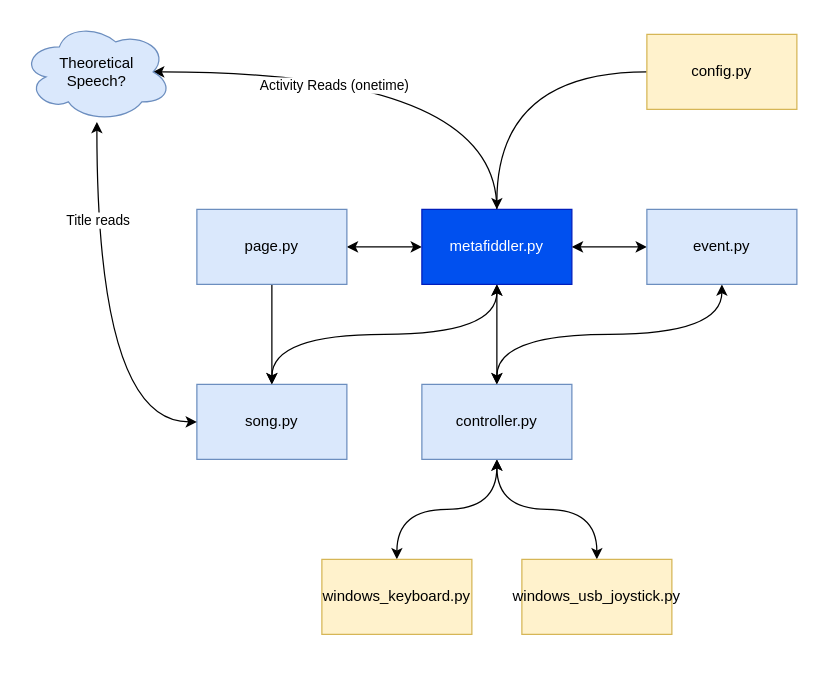
Earlier version of the draw.io diagram page "current state" (1 of 2) of .media/process-diagram.drawio (wmpollock/metafiddler). Source tidied: cells renumbered, new cells numbered last; positions are measured from the earlier drawing's top-left corner, leaving out a move shared by most shapes. Both pictures are drawn from the tidied source at 125%, with x=0, y=0 at pixel (21, 21).
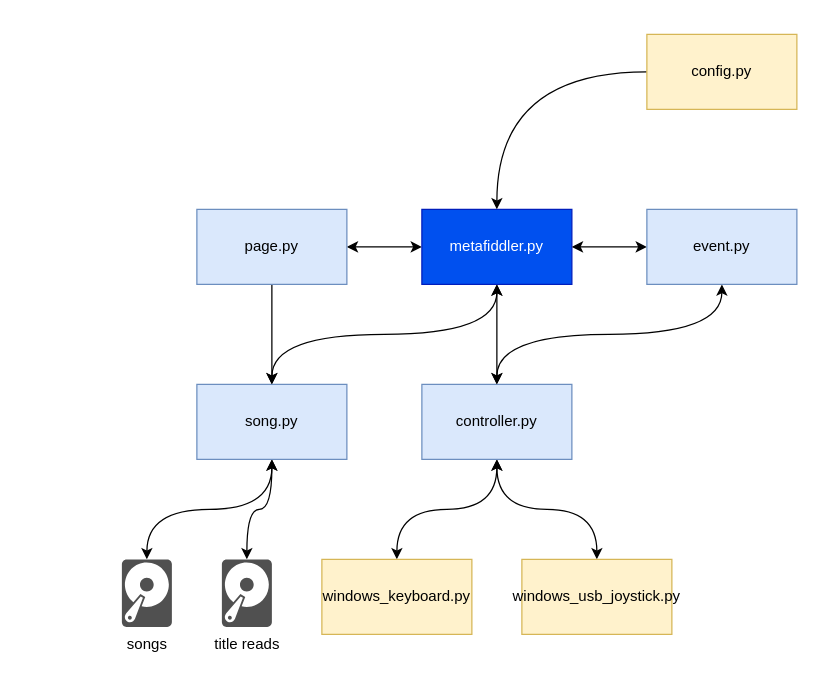
The same diagram, later.

Commit message:
Now w/more future state

The change refers to these unchanged cells:
```xml
<mxCell id="7" value="metafiddler.py" style="rounded=0;whiteSpace=wrap;html=1;fillColor=#0050ef;strokeColor=#001DBC;fontColor=#ffffff;" parent="1" vertex="1">
  <mxGeometry x="320" y="150" width="120" height="60" as="geometry" />
</mxCell>
<mxCell id="8" value="song.py" style="rounded=0;whiteSpace=wrap;html=1;fillColor=#dae8fc;strokeColor=#6c8ebf;" parent="1" vertex="1">
  <mxGeometry x="140" y="290" width="120" height="60" as="geometry" />
</mxCell>
```

What changed in the source:
```diff
@@
-    <mxCell id="5" style="edgeStyle=orthogonalEdgeStyle;rounded=0;jettySize=auto;html=1;entryX=0.875;entryY=0.5;entryDx=0;entryDy=0;entryPerimeter=0;startArrow=none;startFill=0;endArrow=classic;endFill=1;strokeColor=#000000;exitX=0.5;exitY=0;exitDx=0;exitDy=0;curved=1;" parent="1" edge="1" source="7" target="21">
-      <mxGeometry relative="1" as="geometry">
-        <Array as="points">
-          <mxPoint x="380" y="40" />
-        </Array>
-      </mxGeometry>
-    </mxCell>
-    <mxCell id="6" value="Activity Reads (onetime)" style="edgeLabel;html=1;align=center;verticalAlign=middle;" parent="5" vertex="1">
-      <mxGeometry x="0.19" y="-2" relative="1" as="geometry">
-        <mxPoint x="-12" y="12" as="offset" />
-      </mxGeometry>
-    </mxCell>
@@
+    <mxCell id="24" style="edgeStyle=orthogonalEdgeStyle;rounded=0;jettySize=auto;html=1;startArrow=classic;startFill=1;endArrow=classic;endFill=1;strokeColor=#000000;elbow=vertical;curved=1;" parent="1" edge="1" source="8" target="27">
+      <mxGeometry relative="1" as="geometry" />
+    </mxCell>
+    <mxCell id="25" style="edgeStyle=orthogonalEdgeStyle;curved=1;rounded=0;jettySize=auto;html=1;startArrow=classic;startFill=1;endArrow=classic;endFill=1;strokeColor=#000000;exitX=0.5;exitY=1;exitDx=0;exitDy=0;" parent="1" edge="1" source="8" target="26">
+      <mxGeometry relative="1" as="geometry" />
+    </mxCell>
@@
-    <mxCell id="19" style="edgeStyle=orthogonalEdgeStyle;curved=1;rounded=0;jettySize=auto;html=1;entryX=0;entryY=0.5;entryDx=0;entryDy=0;startArrow=classic;startFill=1;endArrow=classic;endFill=1;strokeColor=#000000;" parent="1" edge="1" source="21" target="8">
-      <mxGeometry relative="1" as="geometry">
-        <Array as="points">
-          <mxPoint x="60" y="320" />
-        </Array>
-      </mxGeometry>
-    </mxCell>
-    <mxCell id="20" value="Title reads" style="edgeLabel;html=1;align=center;verticalAlign=middle;" parent="19" vertex="1">
-      <mxGeometry x="-0.51" relative="1" as="geometry" />
-    </mxCell>
-    <mxCell id="21" value="Theoretical&lt;br&gt;Speech?" style="ellipse;shape=cloud;whiteSpace=wrap;html=1;fillColor=#dae8fc;strokeColor=#6c8ebf;" parent="1" vertex="1">
-      <mxGeometry width="120" height="80" as="geometry" />
-    </mxCell>
@@
+    <mxCell id="26" value="songs" style="shadow=0;dashed=0;html=1;strokeColor=none;fillColor=#505050;labelPosition=center;verticalLabelPosition=bottom;verticalAlign=top;outlineConnect=0;align=center;shape=mxgraph.office.devices.hard_disk;" parent="1" vertex="1">
+      <mxGeometry x="80" y="430" width="40" height="54" as="geometry" />
+    </mxCell>
+    <mxCell id="27" value="title reads" style="shadow=0;dashed=0;html=1;strokeColor=none;fillColor=#505050;labelPosition=center;verticalLabelPosition=bottom;verticalAlign=top;outlineConnect=0;align=center;shape=mxgraph.office.devices.hard_disk;" parent="1" vertex="1">
+      <mxGeometry x="160" y="430" width="40" height="54" as="geometry" />
+    </mxCell>
```
